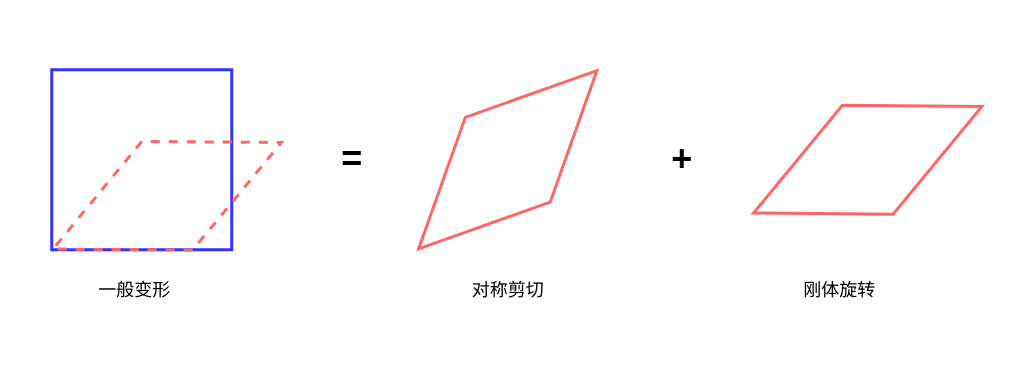
Before: page "第 3 页" (3 of 5) of images/Plasticity/images.drawio in OpenDigitalTwin-Dev/SolidMechanics, a draw.io diagram. Source tidied: cells renumbered, new cells numbered last; positions are measured from the earlier drawing's top-left corner, leaving out a move shared by most shapes. Both pictures are drawn from the tidied source at 150%, with x=0, y=0 at pixel (40, 69).
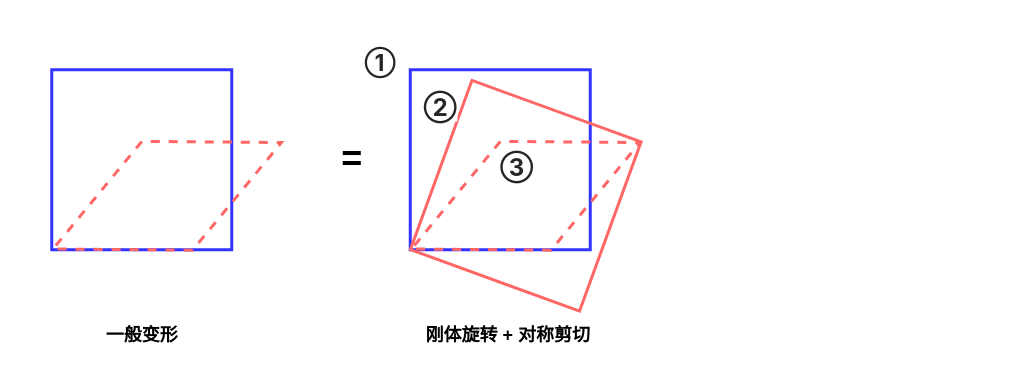
After the change.

Change to the diagram source:
```diff
@@
 <mxGraphModel>
   <root>
     <mxCell id="0" />
     <mxCell id="1" parent="0" />
     <mxCell id="2" style="whiteSpace=wrap;html=1;fillColor=none;strokeColor=#3333FF;strokeWidth=2;" parent="1" vertex="1">
       <mxGeometry x="7" width="120" height="120" as="geometry" />
     </mxCell>
-    <mxCell id="3" style="rhombus;whiteSpace=wrap;html=1;rotation=135;strokeColor=#FF6666;strokeWidth=2;fillColor=none;" parent="1" vertex="1">
-      <mxGeometry x="227" y="20" width="168" height="80" as="geometry" />
-    </mxCell>
-    <mxCell id="4" style="rhombus;whiteSpace=wrap;html=1;rotation=-205;strokeColor=#FF6666;strokeWidth=2;fillColor=none;" parent="1" vertex="1">
-      <mxGeometry x="467" y="20" width="168" height="80" as="geometry" />
-    </mxCell>
     <mxCell id="5" style="rhombus;whiteSpace=wrap;html=1;rotation=-205;strokeColor=#FF6666;strokeWidth=2;fillColor=none;dashed=1;" parent="1" vertex="1">
       <mxGeometry y="44" width="168" height="80" as="geometry" />
     </mxCell>
     <mxCell id="6" value="&lt;font style=&quot;font-size: 24px;&quot;&gt;&lt;b&gt;=&lt;/b&gt;&lt;/font&gt;" style="text;html=1;align=center;verticalAlign=middle;strokeColor=none;fillColor=none;" parent="1" vertex="1">
       <mxGeometry x="187" y="40" width="40" height="40" as="geometry" />
     </mxCell>
-    <mxCell id="7" value="&lt;font style=&quot;font-size: 24px;&quot;&gt;&lt;b&gt;+&lt;/b&gt;&lt;/font&gt;" style="text;html=1;align=center;verticalAlign=middle;strokeColor=none;fillColor=none;" parent="1" vertex="1">
-      <mxGeometry x="407" y="40" width="40" height="40" as="geometry" />
-    </mxCell>
-    <mxCell id="8" value="对称剪切" style="text;html=1;align=center;verticalAlign=middle;strokeColor=none;fillColor=none;" parent="1" vertex="1">
-      <mxGeometry x="276" y="132" width="70" height="30" as="geometry" />
+    <mxCell id="8" value="&lt;b&gt;刚体旋转 + 对称剪切&lt;/b&gt;" style="text;html=1;align=center;verticalAlign=middle;strokeColor=none;fillColor=none;" parent="1" vertex="1">
+      <mxGeometry x="246" y="162" width="130" height="30" as="geometry" />
     </mxCell>
-    <mxCell id="9" value="刚体旋转" style="text;html=1;align=center;verticalAlign=middle;strokeColor=none;fillColor=none;" parent="1" vertex="1">
-      <mxGeometry x="497" y="132" width="70" height="30" as="geometry" />
-    </mxCell>
-    <mxCell id="10" value="一般变形" style="text;html=1;align=center;verticalAlign=middle;strokeColor=none;fillColor=none;" parent="1" vertex="1">
-      <mxGeometry x="27" y="132" width="70" height="30" as="geometry" />
+    <mxCell id="10" value="&lt;b&gt;一般变形&lt;/b&gt;" style="text;html=1;align=center;verticalAlign=middle;strokeColor=none;fillColor=none;" parent="1" vertex="1">
+      <mxGeometry x="32" y="162" width="70" height="30" as="geometry" />
     </mxCell>
+    <mxCell id="11" style="whiteSpace=wrap;html=1;fillColor=none;strokeColor=#3333FF;strokeWidth=2;" parent="1" vertex="1">
+      <mxGeometry x="246" width="120" height="120" as="geometry" />
+    </mxCell>
+    <mxCell id="12" style="rhombus;whiteSpace=wrap;html=1;rotation=-205;strokeColor=#FF6666;strokeWidth=2;fillColor=none;dashed=1;" parent="1" vertex="1">
+      <mxGeometry x="239" y="44" width="168" height="80" as="geometry" />
+    </mxCell>
+    <mxCell id="13" style="whiteSpace=wrap;html=1;fillColor=none;strokeColor=#FF6666;strokeWidth=2;rotation=20;" parent="1" vertex="1">
+      <mxGeometry x="263" y="24" width="120" height="120" as="geometry" />
+    </mxCell>
+    <mxCell id="14" value="&lt;span style=&quot;color: rgb(38, 38, 38); font-family: -apple-system, &amp;quot;system-ui&amp;quot;, &amp;quot;Helvetica Neue&amp;quot;, Tahoma, &amp;quot;PingFang SC&amp;quot;, &amp;quot;Microsoft Yahei&amp;quot;, Arial, &amp;quot;Hiragino Sans GB&amp;quot;, sans-serif, &amp;quot;Apple Color Emoji&amp;quot;, &amp;quot;Segoe UI Emoji&amp;quot;, &amp;quot;Segoe UI Symbol&amp;quot;, &amp;quot;Noto Color Emoji&amp;quot;; text-align: left; text-wrap-mode: wrap; background-color: rgb(255, 255, 255);&quot;&gt;&lt;b style=&quot;&quot;&gt;&lt;font style=&quot;font-size: 15px;&quot;&gt;①&lt;/font&gt;&lt;/b&gt;&lt;/span&gt;" style="text;html=1;align=center;verticalAlign=middle;strokeColor=none;fillColor=none;" parent="1" vertex="1">
+      <mxGeometry x="206" y="-20" width="40" height="30" as="geometry" />
+    </mxCell>
+    <mxCell id="15" value="&lt;span style=&quot;color: rgb(38, 38, 38); font-family: -apple-system, &amp;quot;system-ui&amp;quot;, &amp;quot;Helvetica Neue&amp;quot;, Tahoma, &amp;quot;PingFang SC&amp;quot;, &amp;quot;Microsoft Yahei&amp;quot;, Arial, &amp;quot;Hiragino Sans GB&amp;quot;, sans-serif, &amp;quot;Apple Color Emoji&amp;quot;, &amp;quot;Segoe UI Emoji&amp;quot;, &amp;quot;Segoe UI Symbol&amp;quot;, &amp;quot;Noto Color Emoji&amp;quot;; font-size: 16px; text-align: left; text-wrap-mode: wrap; background-color: rgb(255, 255, 255);&quot;&gt;&lt;b&gt;②&lt;/b&gt;&lt;/span&gt;" style="text;html=1;align=center;verticalAlign=middle;strokeColor=none;fillColor=none;" parent="1" vertex="1">
+      <mxGeometry x="246" y="10" width="40" height="30" as="geometry" />
+    </mxCell>
+    <mxCell id="16" value="&lt;span style=&quot;color: rgb(38, 38, 38); font-family: -apple-system, &amp;quot;system-ui&amp;quot;, &amp;quot;Helvetica Neue&amp;quot;, Tahoma, &amp;quot;PingFang SC&amp;quot;, &amp;quot;Microsoft Yahei&amp;quot;, Arial, &amp;quot;Hiragino Sans GB&amp;quot;, sans-serif, &amp;quot;Apple Color Emoji&amp;quot;, &amp;quot;Segoe UI Emoji&amp;quot;, &amp;quot;Segoe UI Symbol&amp;quot;, &amp;quot;Noto Color Emoji&amp;quot;; font-size: 16px; text-align: left; text-wrap-mode: wrap; background-color: rgb(255, 255, 255);&quot;&gt;&lt;b&gt;③&lt;/b&gt;&lt;/span&gt;" style="text;html=1;align=center;verticalAlign=middle;strokeColor=none;fillColor=none;" parent="1" vertex="1">
+      <mxGeometry x="297" y="50" width="40" height="30" as="geometry" />
+    </mxCell>
   </root>
 </mxGraphModel>
```
